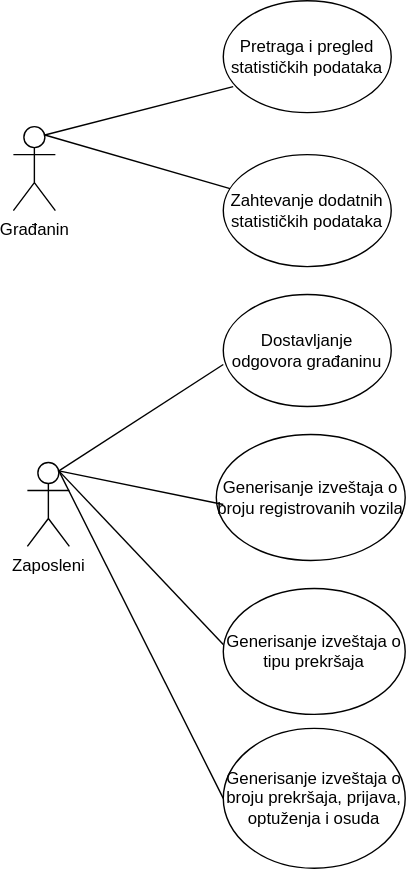
Earlier version of the draw.io export Diagrams/ZavodZaStatistiku_UseCaseDiagram.svg (anna02272/EGovernment). Source tidied: cells renumbered, new cells last; positions are measured from the earlier drawing's top-left corner, leaving out a move shared by most shapes.
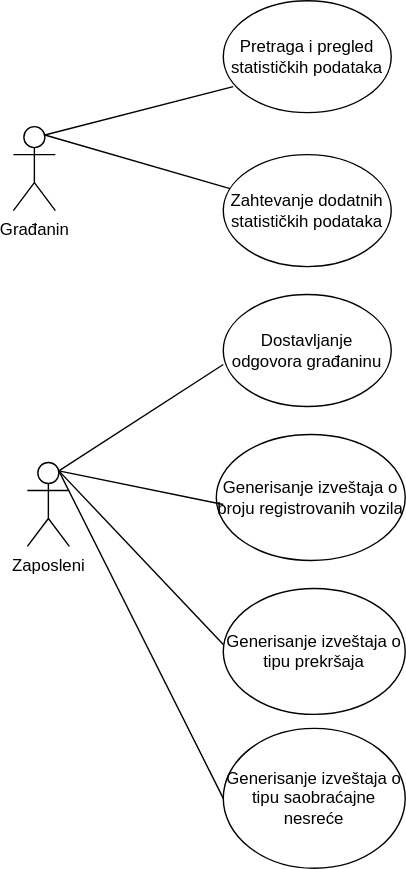
The same file after the commit.

What changed in the source:
```diff
@@ -14,7 +14,7 @@
     <mxCell id="5" value="Generisanje izveštaja o tipu prekršaja" style="ellipse;whiteSpace=wrap;html=1;" parent="1" vertex="1">
       <mxGeometry x="150" y="420" width="130" height="90" as="geometry" />
     </mxCell>
-    <mxCell id="6" value="Generisanje izveštaja o broju prekršaja, prijava, optuženja i osuda" style="ellipse;whiteSpace=wrap;html=1;" parent="1" vertex="1">
+    <mxCell id="6" value="Generisanje izveštaja o tipu saobraćajne nesreće" style="ellipse;whiteSpace=wrap;html=1;" parent="1" vertex="1">
       <mxGeometry x="150" y="520" width="130" height="100" as="geometry" />
     </mxCell>
     <mxCell id="7" value="Pretraga i pregled statističkih podataka" style="ellipse;whiteSpace=wrap;html=1;" parent="1" vertex="1">
```
